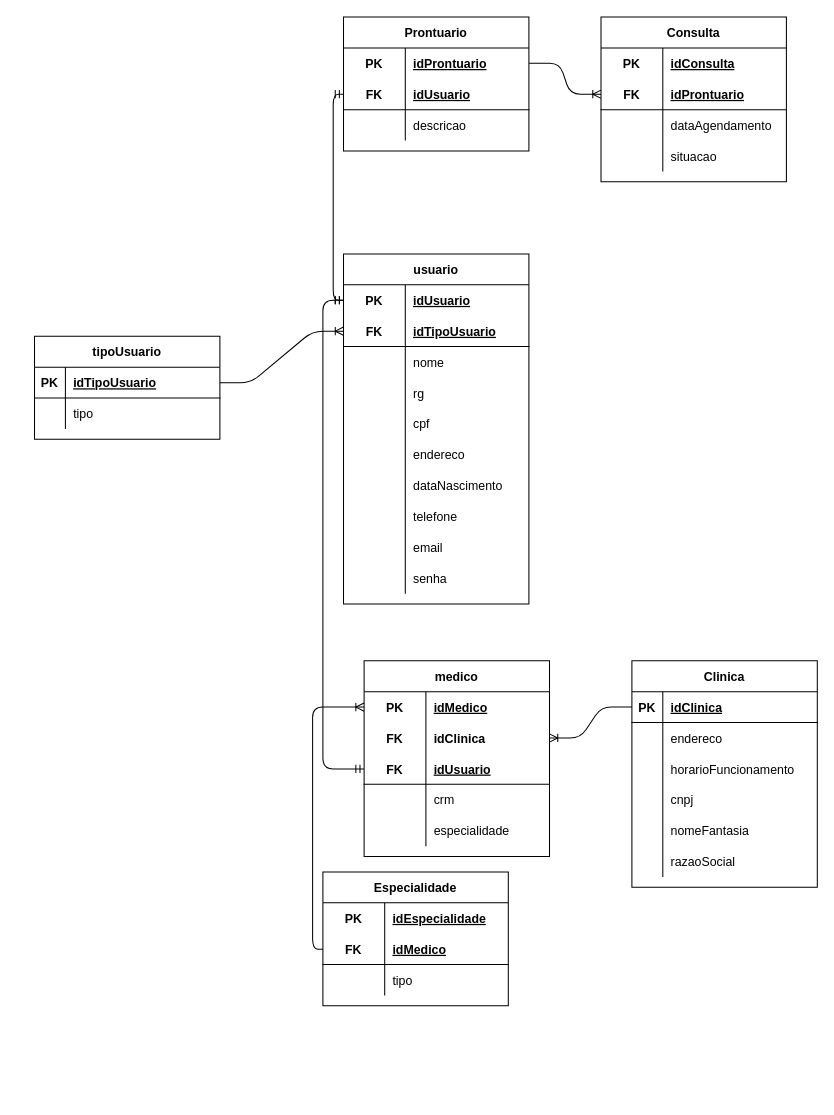
This is page "logico" (2 of 2) of sp med. group/modelagens/modelagem-sp-med-group.drawio from Pedro-B-Alves/senai_sprint1_bd, a draw.io file, before an edit. Source tidied: cells renumbered, new cells numbered last; positions are measured from the earlier drawing's top-left corner, leaving out a move shared by most shapes. Both pictures are drawn from the tidied source at 103%, with x=0, y=0 at pixel (34, 16).
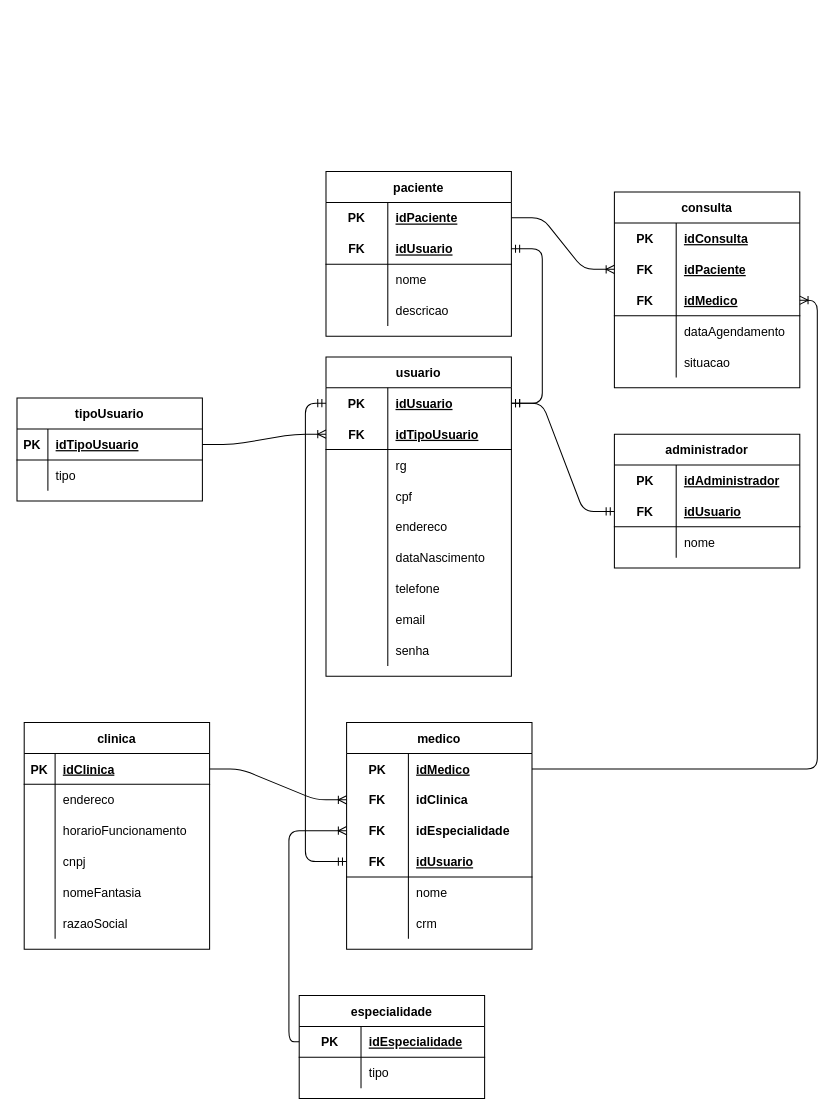
After the change.

The change refers to these unchanged cells:
```xml
<mxCell id="10" style="shape=partialRectangle;fillColor=none;top=0;left=0;bottom=0;right=0;points=[[0,0.5],[1,0.5]];portConstraint=eastwest;" parent="9" vertex="1">
  <mxGeometry y="30" width="180" height="30" as="geometry" />
</mxCell>
<mxCell id="41" style="shape=partialRectangle;fillColor=none;top=0;left=0;bottom=0;right=0;points=[[0,0.5],[1,0.5]];portConstraint=eastwest;" parent="40" vertex="1">
  <mxGeometry y="30" width="180" height="30" as="geometry" />
</mxCell>
<mxCell id="44" style="shape=partialRectangle;fillColor=none;top=0;left=0;bottom=0;right=0;points=[[0,0.5],[1,0.5]];portConstraint=eastwest;" parent="40" vertex="1">
  <mxGeometry y="60" width="180" height="30" as="geometry" />
</mxCell>
<mxCell id="57" style="shape=partialRectangle;fillColor=none;top=0;left=0;bottom=1;right=0;points=[[0,0.5],[1,0.5]];portConstraint=eastwest;" parent="56" vertex="1">
  <mxGeometry y="30" width="180" height="30" as="geometry" />
</mxCell>
```

The edit, as a diff of the source:
```diff
@@
     <mxCell id="2" value="tipoUsuario" style="shape=table;startSize=30;childLayout=tableLayout;rowLines=0;fontStyle=1;align=center;" parent="1" vertex="1">
-      <mxGeometry y="310" width="180" height="100" as="geometry" />
+      <mxGeometry x="-17" y="370" width="180" height="100" as="geometry" />
     </mxCell>
@@
     <mxCell id="9" value="usuario" style="shape=table;startSize=30;childLayout=tableLayout;rowLines=0;fontStyle=1;align=center;" parent="1" vertex="1">
-      <mxGeometry x="300" y="230" width="180" height="340" as="geometry" />
+      <mxGeometry x="283" y="330" width="180" height="310" as="geometry" />
     </mxCell>
@@
-    <mxCell id="16" style="shape=partialRectangle;fillColor=none;top=0;left=0;bottom=0;right=0;" parent="9" vertex="1">
-      <mxGeometry y="90" width="180" height="30" as="geometry" />
-    </mxCell>
-    <mxCell id="17" style="shape=partialRectangle;fillColor=none;top=0;left=0;bottom=0;right=0;overflow=hidden;" parent="16" vertex="1">
-      <mxGeometry width="60" height="30" as="geometry" />
-    </mxCell>
-    <mxCell id="18" value="nome" style="shape=partialRectangle;fillColor=none;top=0;left=0;bottom=0;right=0;align=left;spacingLeft=6;overflow=hidden;" parent="16" vertex="1">
-      <mxGeometry x="60" width="120" height="30" as="geometry" />
-    </mxCell>
     <mxCell id="19" style="shape=partialRectangle;fillColor=none;top=0;left=0;bottom=0;right=0;" parent="9" vertex="1">
-      <mxGeometry y="120" width="180" height="30" as="geometry" />
+      <mxGeometry y="90" width="180" height="30" as="geometry" />
     </mxCell>
@@
     <mxCell id="22" style="shape=partialRectangle;fillColor=none;top=0;left=0;bottom=0;right=0;" parent="9" vertex="1">
-      <mxGeometry y="150" width="180" height="30" as="geometry" />
+      <mxGeometry y="120" width="180" height="30" as="geometry" />
     </mxCell>
@@
     <mxCell id="25" style="shape=partialRectangle;fillColor=none;top=0;left=0;bottom=0;right=0;" parent="9" vertex="1">
-      <mxGeometry y="180" width="180" height="30" as="geometry" />
+      <mxGeometry y="150" width="180" height="30" as="geometry" />
     </mxCell>
@@
     <mxCell id="28" style="shape=partialRectangle;fillColor=none;top=0;left=0;bottom=0;right=0;" parent="9" vertex="1">
-      <mxGeometry y="210" width="180" height="30" as="geometry" />
+      <mxGeometry y="180" width="180" height="30" as="geometry" />
     </mxCell>
@@
     <mxCell id="31" style="shape=partialRectangle;fillColor=none;top=0;left=0;bottom=0;right=0;" parent="9" vertex="1">
-      <mxGeometry y="240" width="180" height="30" as="geometry" />
+      <mxGeometry y="210" width="180" height="30" as="geometry" />
     </mxCell>
@@
     <mxCell id="34" style="shape=partialRectangle;fillColor=none;top=0;left=0;bottom=0;right=0;" parent="9" vertex="1">
-      <mxGeometry y="270" width="180" height="30" as="geometry" />
+      <mxGeometry y="240" width="180" height="30" as="geometry" />
     </mxCell>
@@
     <mxCell id="37" style="shape=partialRectangle;fillColor=none;top=0;left=0;bottom=0;right=0;" parent="9" vertex="1">
-      <mxGeometry y="300" width="180" height="30" as="geometry" />
+      <mxGeometry y="270" width="180" height="30" as="geometry" />
     </mxCell>
@@
     <mxCell id="40" value="medico" style="shape=table;startSize=30;childLayout=tableLayout;rowLines=0;fontStyle=1;align=center;" parent="1" vertex="1">
-      <mxGeometry x="320" y="625" width="180" height="190" as="geometry" />
+      <mxGeometry x="303" y="685" width="180" height="220" as="geometry" />
     </mxCell>
@@
+    <mxCell id="114" style="shape=partialRectangle;fillColor=none;top=0;left=0;bottom=0;right=0;points=[[0,0.5],[1,0.5]];portConstraint=eastwest;" parent="40" vertex="1">
+      <mxGeometry y="90" width="180" height="30" as="geometry" />
+    </mxCell>
+    <mxCell id="115" value="FK" style="shape=partialRectangle;fillColor=none;top=0;left=0;bottom=0;right=0;overflow=hidden;fontStyle=1;" parent="114" vertex="1">
+      <mxGeometry width="60" height="30" as="geometry" />
+    </mxCell>
+    <mxCell id="101" value="idEspecialidade" style="shape=partialRectangle;fillColor=none;top=0;left=0;bottom=0;right=0;align=left;spacingLeft=6;overflow=hidden;fontStyle=1;" parent="114" vertex="1">
+      <mxGeometry x="60" width="120" height="30" as="geometry" />
+    </mxCell>
     <mxCell id="47" style="shape=partialRectangle;fillColor=none;top=0;left=0;bottom=1;right=0;points=[[0,0.5],[1,0.5]];portConstraint=eastwest;" parent="40" vertex="1">
-      <mxGeometry y="90" width="180" height="30" as="geometry" />
+      <mxGeometry y="120" width="180" height="30" as="geometry" />
     </mxCell>
@@
+    <mxCell id="53" style="shape=partialRectangle;fillColor=none;top=0;left=0;bottom=0;right=0;" parent="40" vertex="1">
+      <mxGeometry y="150" width="180" height="30" as="geometry" />
+    </mxCell>
+    <mxCell id="116" style="shape=partialRectangle;fillColor=none;top=0;left=0;bottom=0;right=0;overflow=hidden;" parent="53" vertex="1">
+      <mxGeometry width="60" height="30" as="geometry" />
+    </mxCell>
+    <mxCell id="117" value="nome" style="shape=partialRectangle;fillColor=none;top=0;left=0;bottom=0;right=0;align=left;spacingLeft=6;overflow=hidden;" parent="53" vertex="1">
+      <mxGeometry x="60" width="120" height="30" as="geometry" />
+    </mxCell>
     <mxCell id="50" style="shape=partialRectangle;fillColor=none;top=0;left=0;bottom=0;right=0;" parent="40" vertex="1">
-      <mxGeometry y="120" width="180" height="30" as="geometry" />
+      <mxGeometry y="180" width="180" height="30" as="geometry" />
     </mxCell>
@@
-    <mxCell id="53" style="shape=partialRectangle;fillColor=none;top=0;left=0;bottom=0;right=0;" parent="40" vertex="1">
-      <mxGeometry y="150" width="180" height="30" as="geometry" />
-    </mxCell>
-    <mxCell id="54" style="shape=partialRectangle;fillColor=none;top=0;left=0;bottom=0;right=0;overflow=hidden;" parent="53" vertex="1">
-      <mxGeometry width="60" height="30" as="geometry" />
-    </mxCell>
-    <mxCell id="55" value="especialidade" style="shape=partialRectangle;fillColor=none;top=0;left=0;bottom=0;right=0;align=left;spacingLeft=6;overflow=hidden;" parent="53" vertex="1">
-      <mxGeometry x="60" width="120" height="30" as="geometry" />
-    </mxCell>
-    <mxCell id="56" value="Clinica" style="shape=table;startSize=30;childLayout=tableLayout;rowLines=0;fontStyle=1;align=center;" parent="1" vertex="1">
-      <mxGeometry x="580" y="625" width="180" height="220" as="geometry" />
+    <mxCell id="56" value="clinica" style="shape=table;startSize=30;childLayout=tableLayout;rowLines=0;fontStyle=1;align=center;" parent="1" vertex="1">
+      <mxGeometry x="-10" y="685" width="180" height="220" as="geometry" />
     </mxCell>
@@
-    <mxCell id="75" value="Consulta" style="shape=table;startSize=30;childLayout=tableLayout;rowLines=0;fontStyle=1;align=center;" parent="1" vertex="1">
-      <mxGeometry x="550" width="180" height="160" as="geometry" />
+    <mxCell id="75" value="consulta" style="shape=table;startSize=30;childLayout=tableLayout;rowLines=0;fontStyle=1;align=center;" parent="1" vertex="1">
+      <mxGeometry x="563" y="170" width="180" height="190" as="geometry" />
     </mxCell>
@@
+    <mxCell id="118" style="shape=partialRectangle;fillColor=none;top=0;left=0;bottom=0;right=0;points=[[0,0.5],[1,0.5]];portConstraint=eastwest;" parent="75" vertex="1">
+      <mxGeometry y="60" width="180" height="30" as="geometry" />
+    </mxCell>
+    <mxCell id="119" value="FK" style="shape=partialRectangle;fillColor=none;top=0;left=0;bottom=0;right=0;fontStyle=1;overflow=hidden;" parent="118" vertex="1">
+      <mxGeometry width="60" height="30" as="geometry" />
+    </mxCell>
+    <mxCell id="120" value="idPaciente" style="shape=partialRectangle;fillColor=none;top=0;left=0;bottom=0;right=0;align=left;spacingLeft=6;fontStyle=5;overflow=hidden;" parent="118" vertex="1">
+      <mxGeometry x="60" width="120" height="30" as="geometry" />
+    </mxCell>
     <mxCell id="79" style="shape=partialRectangle;fillColor=none;top=0;left=0;bottom=1;right=0;points=[[0,0.5],[1,0.5]];portConstraint=eastwest;" parent="75" vertex="1">
-      <mxGeometry y="60" width="180" height="30" as="geometry" />
+      <mxGeometry y="90" width="180" height="30" as="geometry" />
     </mxCell>
@@
-    <mxCell id="81" value="idProntuario" style="shape=partialRectangle;fillColor=none;top=0;left=0;bottom=0;right=0;align=left;spacingLeft=6;fontStyle=5;overflow=hidden;" parent="79" vertex="1">
+    <mxCell id="81" value="idMedico" style="shape=partialRectangle;fillColor=none;top=0;left=0;bottom=0;right=0;align=left;spacingLeft=6;fontStyle=5;overflow=hidden;" parent="79" vertex="1">
       <mxGeometry x="60" width="120" height="30" as="geometry" />
     </mxCell>
     <mxCell id="82" style="shape=partialRectangle;fillColor=none;top=0;left=0;bottom=0;right=0;" parent="75" vertex="1">
-      <mxGeometry y="90" width="180" height="30" as="geometry" />
+      <mxGeometry y="120" width="180" height="30" as="geometry" />
     </mxCell>
@@
     <mxCell id="85" style="shape=partialRectangle;fillColor=none;top=0;left=0;bottom=0;right=0;" parent="75" vertex="1">
-      <mxGeometry y="120" width="180" height="30" as="geometry" />
+      <mxGeometry y="150" width="180" height="30" as="geometry" />
     </mxCell>
@@
-    <mxCell id="88" value="Prontuario" style="shape=table;startSize=30;childLayout=tableLayout;rowLines=0;fontStyle=1;align=center;" parent="1" vertex="1">
-      <mxGeometry x="300" width="180" height="130" as="geometry" />
-    </mxCell>
-    <mxCell id="89" style="shape=partialRectangle;fillColor=none;top=0;left=0;bottom=0;right=0;points=[[0,0.5],[1,0.5]];portConstraint=eastwest;" parent="88" vertex="1">
-      <mxGeometry y="30" width="180" height="30" as="geometry" />
-    </mxCell>
-    <mxCell id="90" value="PK" style="shape=partialRectangle;fillColor=none;top=0;left=0;bottom=0;right=0;fontStyle=1;overflow=hidden;" parent="89" vertex="1">
-      <mxGeometry width="60" height="30" as="geometry" />
-    </mxCell>
-    <mxCell id="91" value="idProntuario" style="shape=partialRectangle;fillColor=none;top=0;left=0;bottom=0;right=0;align=left;spacingLeft=6;fontStyle=5;overflow=hidden;" parent="89" vertex="1">
-      <mxGeometry x="60" width="120" height="30" as="geometry" />
-    </mxCell>
-    <mxCell id="92" style="shape=partialRectangle;fillColor=none;top=0;left=0;bottom=1;right=0;points=[[0,0.5],[1,0.5]];portConstraint=eastwest;" parent="88" vertex="1">
-      <mxGeometry y="60" width="180" height="30" as="geometry" />
-    </mxCell>
-    <mxCell id="93" value="FK" style="shape=partialRectangle;fillColor=none;top=0;left=0;bottom=0;right=0;fontStyle=1;overflow=hidden;" parent="92" vertex="1">
-      <mxGeometry width="60" height="30" as="geometry" />
-    </mxCell>
-    <mxCell id="94" value="idUsuario" style="shape=partialRectangle;fillColor=none;top=0;left=0;bottom=0;right=0;align=left;spacingLeft=6;fontStyle=5;overflow=hidden;" parent="92" vertex="1">
-      <mxGeometry x="60" width="120" height="30" as="geometry" />
-    </mxCell>
-    <mxCell id="95" style="shape=partialRectangle;fillColor=none;top=0;left=0;bottom=0;right=0;" parent="88" vertex="1">
-      <mxGeometry y="90" width="180" height="30" as="geometry" />
-    </mxCell>
-    <mxCell id="96" style="shape=partialRectangle;fillColor=none;top=0;left=0;bottom=0;right=0;overflow=hidden;" parent="95" vertex="1">
-      <mxGeometry width="60" height="30" as="geometry" />
-    </mxCell>
-    <mxCell id="97" value="descricao" style="shape=partialRectangle;fillColor=none;top=0;left=0;bottom=0;right=0;align=left;spacingLeft=6;overflow=hidden;" parent="95" vertex="1">
-      <mxGeometry x="60" width="120" height="30" as="geometry" />
-    </mxCell>
-    <mxCell id="98" value="Especialidade" style="shape=table;startSize=30;childLayout=tableLayout;rowLines=0;fontStyle=1;align=center;" parent="1" vertex="1">
-      <mxGeometry x="280" y="830" width="180" height="130" as="geometry" />
+    <mxCell id="98" value="especialidade" style="shape=table;startSize=30;childLayout=tableLayout;rowLines=0;fontStyle=1;align=center;" parent="1" vertex="1">
+      <mxGeometry x="257" y="950" width="180" height="100" as="geometry" />
     </mxCell>
-    <mxCell id="99" style="shape=partialRectangle;fillColor=none;top=0;left=0;bottom=0;right=0;" parent="98" vertex="1">
-      <mxGeometry y="30" width="180" height="30" as="geometry" />
-    </mxCell>
-    <mxCell id="100" value="PK" style="shape=partialRectangle;fillColor=none;top=0;left=0;bottom=0;right=0;fontStyle=1;overflow=hidden;" parent="99" vertex="1">
-      <mxGeometry width="60" height="30" as="geometry" />
-    </mxCell>
-    <mxCell id="101" value="idEspecialidade" style="shape=partialRectangle;fillColor=none;top=0;left=0;bottom=0;right=0;align=left;spacingLeft=6;fontStyle=5;overflow=hidden;" parent="99" vertex="1">
-      <mxGeometry x="60" width="120" height="30" as="geometry" />
-    </mxCell>
     <mxCell id="102" style="shape=partialRectangle;fillColor=none;top=0;left=0;bottom=1;right=0;points=[[0,0.5],[1,0.5]];portConstraint=eastwest;" parent="98" vertex="1">
-      <mxGeometry y="60" width="180" height="30" as="geometry" />
+      <mxGeometry y="30" width="180" height="30" as="geometry" />
     </mxCell>
-    <mxCell id="103" value="FK" style="shape=partialRectangle;fillColor=none;top=0;left=0;bottom=0;right=0;fontStyle=1;overflow=hidden;" parent="102" vertex="1">
+    <mxCell id="103" value="PK" style="shape=partialRectangle;fillColor=none;top=0;left=0;bottom=0;right=0;fontStyle=1;overflow=hidden;" parent="102" vertex="1">
       <mxGeometry width="60" height="30" as="geometry" />
     </mxCell>
-    <mxCell id="104" value="idMedico" style="shape=partialRectangle;fillColor=none;top=0;left=0;bottom=0;right=0;align=left;spacingLeft=6;fontStyle=5;overflow=hidden;" parent="102" vertex="1">
+    <mxCell id="104" value="idEspecialidade" style="shape=partialRectangle;fillColor=none;top=0;left=0;bottom=0;right=0;align=left;spacingLeft=6;fontStyle=5;overflow=hidden;" parent="102" vertex="1">
       <mxGeometry x="60" width="120" height="30" as="geometry" />
     </mxCell>
     <mxCell id="105" style="shape=partialRectangle;fillColor=none;top=0;left=0;bottom=0;right=0;" parent="98" vertex="1">
-      <mxGeometry y="90" width="180" height="30" as="geometry" />
+      <mxGeometry y="60" width="180" height="30" as="geometry" />
     </mxCell>
@@
-    <mxCell id="109" style="edgeStyle=orthogonalEdgeStyle;fontSize=12;html=1;endArrow=ERmandOne;startArrow=ERmandOne;exitX=0;exitY=0.5;exitDx=0;exitDy=0;entryX=0;entryY=0.5;entryDx=0;entryDy=0;" parent="1" edge="1" source="10" target="92">
-      <mxGeometry relative="1" as="geometry" />
-    </mxCell>
     <mxCell id="110" style="edgeStyle=orthogonalEdgeStyle;fontSize=12;html=1;endArrow=ERmandOne;startArrow=ERmandOne;entryX=0;entryY=0.5;entryDx=0;entryDy=0;exitX=0;exitY=0.5;exitDx=0;exitDy=0;" parent="1" edge="1" source="47" target="10">
       <mxGeometry relative="1" as="geometry">
         <Array as="points">
-          <mxPoint x="280" y="730" />
-          <mxPoint x="280" y="275" />
+          <mxPoint x="263" y="820" />
+          <mxPoint x="263" y="375" />
         </Array>
       </mxGeometry>
     </mxCell>
-    <mxCell id="111" style="edgeStyle=entityRelationEdgeStyle;fontSize=12;html=1;endArrow=ERoneToMany;entryX=1;entryY=0.5;entryDx=0;entryDy=0;" parent="1" edge="1" source="57" target="44">
+    <mxCell id="111" style="edgeStyle=entityRelationEdgeStyle;fontSize=12;html=1;endArrow=ERoneToMany;entryX=0;entryY=0.5;entryDx=0;entryDy=0;" parent="1" edge="1" source="57" target="44">
       <mxGeometry relative="1" as="geometry" />
     </mxCell>
-    <mxCell id="112" style="edgeStyle=orthogonalEdgeStyle;fontSize=12;html=1;endArrow=ERoneToMany;entryX=0;entryY=0.5;entryDx=0;entryDy=0;exitX=0;exitY=0.5;exitDx=0;exitDy=0;" parent="1" edge="1" source="102" target="41">
+    <mxCell id="112" style="edgeStyle=orthogonalEdgeStyle;fontSize=12;html=1;endArrow=ERoneToMany;entryX=0;entryY=0.5;entryDx=0;entryDy=0;exitX=0;exitY=0.5;exitDx=0;exitDy=0;" parent="1" edge="1" source="102" target="114">
       <mxGeometry relative="1" as="geometry" />
     </mxCell>
-    <mxCell id="113" style="edgeStyle=entityRelationEdgeStyle;fontSize=12;html=1;endArrow=ERoneToMany;exitX=1;exitY=0.5;exitDx=0;exitDy=0;entryX=0;entryY=0.5;entryDx=0;entryDy=0;" parent="1" edge="1" source="89" target="79">
-      <mxGeometry relative="1" as="geometry" />
-    </mxCell>
+    <mxCell id="121" value="paciente" style="shape=table;startSize=30;childLayout=tableLayout;rowLines=0;fontStyle=1;align=center;" parent="1" vertex="1">
+      <mxGeometry x="283" y="150" width="180" height="160" as="geometry" />
+    </mxCell>
+    <mxCell id="122" style="shape=partialRectangle;fillColor=none;top=0;left=0;bottom=0;right=0;points=[[0,0.5],[1,0.5]];portConstraint=eastwest;" parent="121" vertex="1">
+      <mxGeometry y="30" width="180" height="30" as="geometry" />
+    </mxCell>
+    <mxCell id="123" value="PK" style="shape=partialRectangle;fillColor=none;top=0;left=0;bottom=0;right=0;fontStyle=1;overflow=hidden;" parent="122" vertex="1">
+      <mxGeometry width="60" height="30" as="geometry" />
+    </mxCell>
+    <mxCell id="124" value="idPaciente" style="shape=partialRectangle;fillColor=none;top=0;left=0;bottom=0;right=0;align=left;spacingLeft=6;fontStyle=5;overflow=hidden;" parent="122" vertex="1">
+      <mxGeometry x="60" width="120" height="30" as="geometry" />
+    </mxCell>
+    <mxCell id="125" style="shape=partialRectangle;fillColor=none;top=0;left=0;bottom=1;right=0;points=[[0,0.5],[1,0.5]];portConstraint=eastwest;" parent="121" vertex="1">
+      <mxGeometry y="60" width="180" height="30" as="geometry" />
+    </mxCell>
+    <mxCell id="126" value="FK" style="shape=partialRectangle;fillColor=none;top=0;left=0;bottom=0;right=0;fontStyle=1;overflow=hidden;" parent="125" vertex="1">
+      <mxGeometry width="60" height="30" as="geometry" />
+    </mxCell>
+    <mxCell id="127" value="idUsuario" style="shape=partialRectangle;fillColor=none;top=0;left=0;bottom=0;right=0;align=left;spacingLeft=6;fontStyle=5;overflow=hidden;" parent="125" vertex="1">
+      <mxGeometry x="60" width="120" height="30" as="geometry" />
+    </mxCell>
+    <mxCell id="128" style="shape=partialRectangle;fillColor=none;top=0;left=0;bottom=0;right=0;" parent="121" vertex="1">
+      <mxGeometry y="90" width="180" height="30" as="geometry" />
+    </mxCell>
+    <mxCell id="129" style="shape=partialRectangle;fillColor=none;top=0;left=0;bottom=0;right=0;overflow=hidden;" parent="128" vertex="1">
+      <mxGeometry width="60" height="30" as="geometry" />
+    </mxCell>
+    <mxCell id="130" value="nome" style="shape=partialRectangle;fillColor=none;top=0;left=0;bottom=0;right=0;align=left;spacingLeft=6;overflow=hidden;" parent="128" vertex="1">
+      <mxGeometry x="60" width="120" height="30" as="geometry" />
+    </mxCell>
+    <mxCell id="131" style="shape=partialRectangle;fillColor=none;top=0;left=0;bottom=0;right=0;" parent="121" vertex="1">
+      <mxGeometry y="120" width="180" height="30" as="geometry" />
+    </mxCell>
+    <mxCell id="132" style="shape=partialRectangle;fillColor=none;top=0;left=0;bottom=0;right=0;overflow=hidden;" parent="131" vertex="1">
+      <mxGeometry width="60" height="30" as="geometry" />
+    </mxCell>
+    <mxCell id="97" value="descricao" style="shape=partialRectangle;fillColor=none;top=0;left=0;bottom=0;right=0;align=left;spacingLeft=6;overflow=hidden;" parent="131" vertex="1">
+      <mxGeometry x="60" width="120" height="30" as="geometry" />
+    </mxCell>
+    <mxCell id="133" style="edgeStyle=entityRelationEdgeStyle;fontSize=12;html=1;endArrow=ERmandOne;startArrow=ERmandOne;entryX=1;entryY=0.5;entryDx=0;entryDy=0;exitX=1;exitY=0.5;exitDx=0;exitDy=0;" parent="1" edge="1" source="10" target="125">
+      <mxGeometry relative="1" as="geometry" />
+    </mxCell>
+    <mxCell id="134" style="edgeStyle=entityRelationEdgeStyle;fontSize=12;html=1;endArrow=ERoneToMany;exitX=1;exitY=0.5;exitDx=0;exitDy=0;entryX=0;entryY=0.5;entryDx=0;entryDy=0;" parent="1" edge="1" source="122" target="118">
+      <mxGeometry relative="1" as="geometry" />
+    </mxCell>
+    <mxCell id="135" value="administrador" style="shape=table;startSize=30;childLayout=tableLayout;rowLines=0;fontStyle=1;align=center;" parent="1" vertex="1">
+      <mxGeometry x="563" y="405" width="180" height="130" as="geometry" />
+    </mxCell>
+    <mxCell id="136" style="shape=partialRectangle;fillColor=none;top=0;left=0;bottom=0;right=0;" parent="135" vertex="1">
+      <mxGeometry y="30" width="180" height="30" as="geometry" />
+    </mxCell>
+    <mxCell id="137" value="PK" style="shape=partialRectangle;fillColor=none;top=0;left=0;bottom=0;right=0;fontStyle=1;overflow=hidden;" parent="136" vertex="1">
+      <mxGeometry width="60" height="30" as="geometry" />
+    </mxCell>
+    <mxCell id="138" value="idAdministrador" style="shape=partialRectangle;fillColor=none;top=0;left=0;bottom=0;right=0;align=left;spacingLeft=6;fontStyle=5;overflow=hidden;" parent="136" vertex="1">
+      <mxGeometry x="60" width="120" height="30" as="geometry" />
+    </mxCell>
+    <mxCell id="139" style="shape=partialRectangle;fillColor=none;top=0;left=0;bottom=1;right=0;points=[[0,0.5],[1,0.5]];portConstraint=eastwest;" parent="135" vertex="1">
+      <mxGeometry y="60" width="180" height="30" as="geometry" />
+    </mxCell>
+    <mxCell id="140" value="FK" style="shape=partialRectangle;fillColor=none;top=0;left=0;bottom=0;right=0;fontStyle=1;overflow=hidden;" parent="139" vertex="1">
+      <mxGeometry width="60" height="30" as="geometry" />
+    </mxCell>
+    <mxCell id="141" value="idUsuario" style="shape=partialRectangle;fillColor=none;top=0;left=0;bottom=0;right=0;align=left;spacingLeft=6;fontStyle=5;overflow=hidden;" parent="139" vertex="1">
+      <mxGeometry x="60" width="120" height="30" as="geometry" />
+    </mxCell>
+    <mxCell id="142" style="shape=partialRectangle;fillColor=none;top=0;left=0;bottom=0;right=0;" parent="135" vertex="1">
+      <mxGeometry y="90" width="180" height="30" as="geometry" />
+    </mxCell>
+    <mxCell id="143" style="shape=partialRectangle;fillColor=none;top=0;left=0;bottom=0;right=0;overflow=hidden;" parent="142" vertex="1">
+      <mxGeometry width="60" height="30" as="geometry" />
+    </mxCell>
+    <mxCell id="144" value="nome" style="shape=partialRectangle;fillColor=none;top=0;left=0;bottom=0;right=0;align=left;spacingLeft=6;overflow=hidden;" parent="142" vertex="1">
+      <mxGeometry x="60" width="120" height="30" as="geometry" />
+    </mxCell>
+    <mxCell id="145" style="edgeStyle=entityRelationEdgeStyle;fontSize=12;html=1;endArrow=ERmandOne;startArrow=ERmandOne;entryX=0;entryY=0.5;entryDx=0;entryDy=0;exitX=1;exitY=0.5;exitDx=0;exitDy=0;" parent="1" edge="1" source="10" target="139">
+      <mxGeometry relative="1" as="geometry" />
+    </mxCell>
+    <mxCell id="146" style="edgeStyle=orthogonalEdgeStyle;fontSize=12;html=1;endArrow=ERoneToMany;exitX=1;exitY=0.5;exitDx=0;exitDy=0;entryX=1;entryY=0.5;entryDx=0;entryDy=0;" parent="1" edge="1" source="41" target="79">
+      <mxGeometry relative="1" as="geometry">
+        <Array as="points">
+          <mxPoint x="760" y="730" />
+          <mxPoint x="760" y="275" />
+        </Array>
+      </mxGeometry>
+    </mxCell>
```
